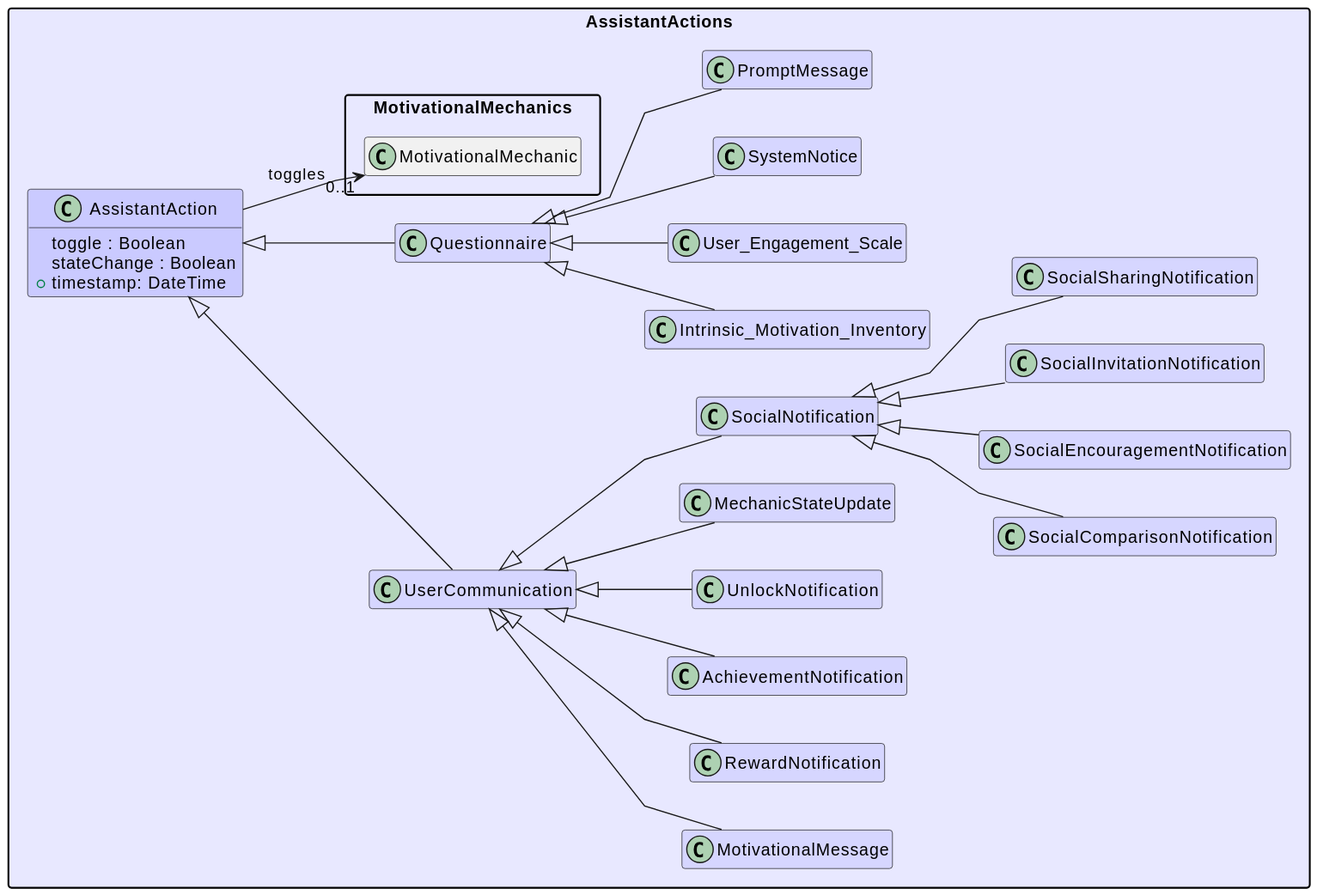
Above: out/UML/assistantActions/assistantActions.svg in Maks-stack/ontology (PlantUML), before the change.
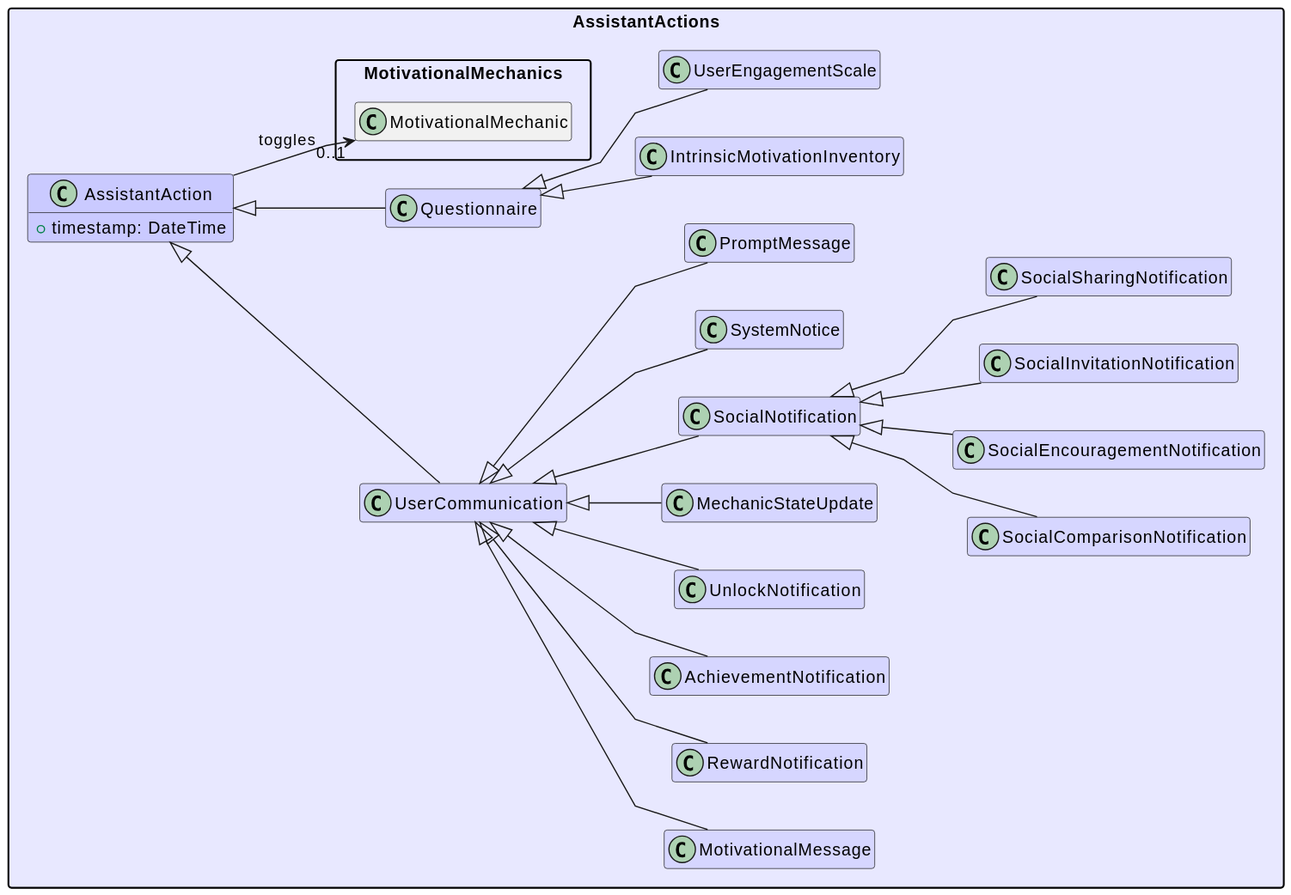
After the change.

Diff of the diagram source:
```diff
@@ -14,8 +14,6 @@
 
 package AssistantActions actionsBack {
   class AssistantAction actionsFront {
-    toggle : Boolean
-    stateChange : Boolean
     +timestamp: DateTime
   }
 
@@ -34,10 +32,10 @@
   class SocialSharingNotification actionsLight extends SocialNotification
 
   class Questionnaire actionsLight extends AssistantAction
-  class Intrinsic_Motivation_Inventory actionsLight extends Questionnaire
-  class User_Engagement_Scale actionsLight extends Questionnaire
-  class SystemNotice actionsLight extends Questionnaire
-  class PromptMessage actionsLight extends Questionnaire
+  class IntrinsicMotivationInventory actionsLight extends Questionnaire
+  class UserEngagementScale actionsLight extends Questionnaire
+  class SystemNotice actionsLight extends UserCommunication
+  class PromptMessage actionsLight extends UserCommunication
 
   !if ($renderMode != "master")
   AssistantActions.AssistantAction --> "0..1" MotivationalMechanics.MotivationalMechanic : toggles
```
